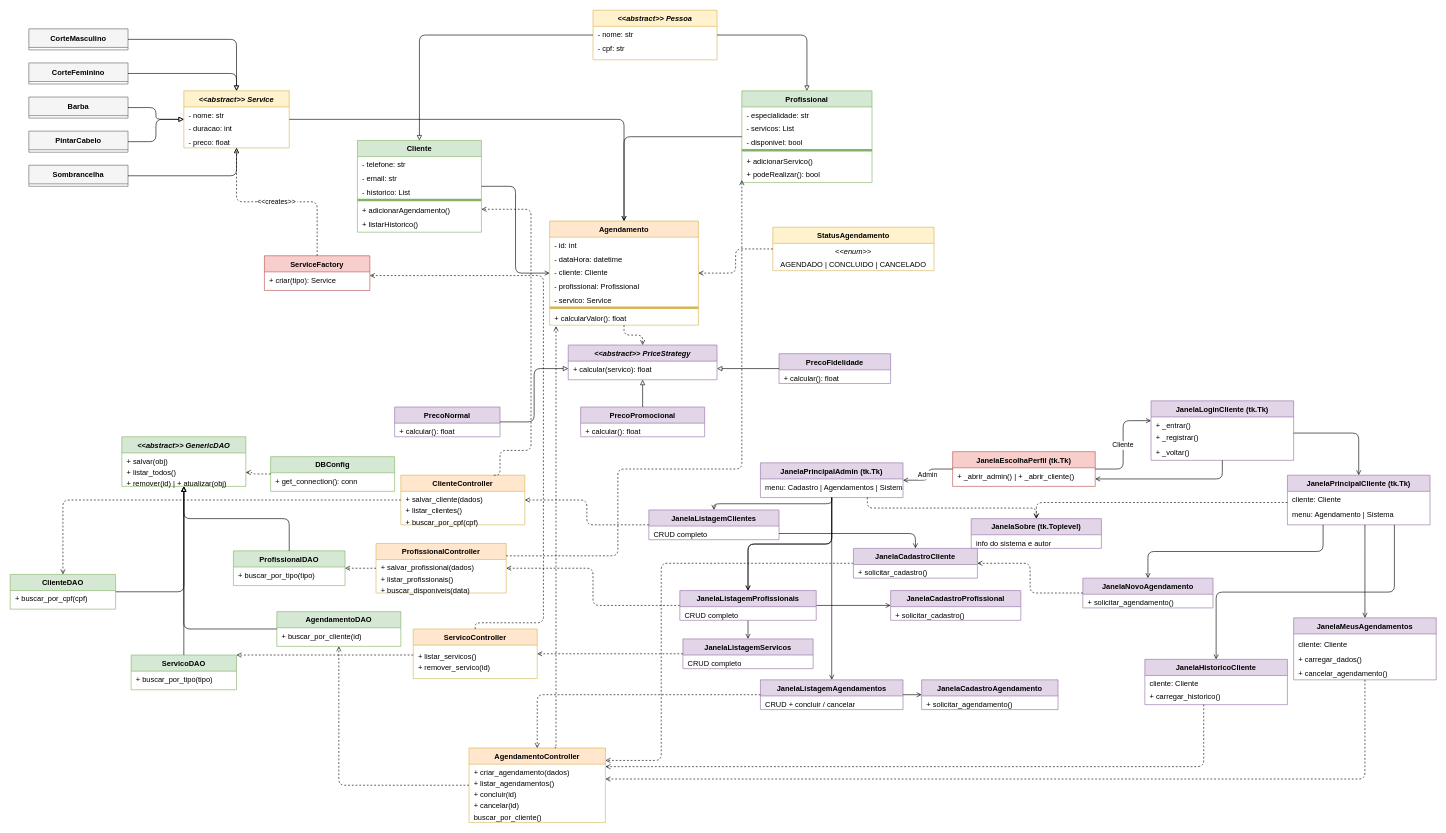
Earlier version of the draw.io diagram docs/ArquivoDrawio.drawio (FredPTaufer/ProjetoFinal_LPOO_Frederico). Source tidied: cells renumbered, new cells numbered last; positions are measured from the earlier drawing's top-left corner, leaving out a move shared by most shapes. Both pictures are drawn from the tidied source at 62%, with x=0, y=0 at pixel (10, 10).
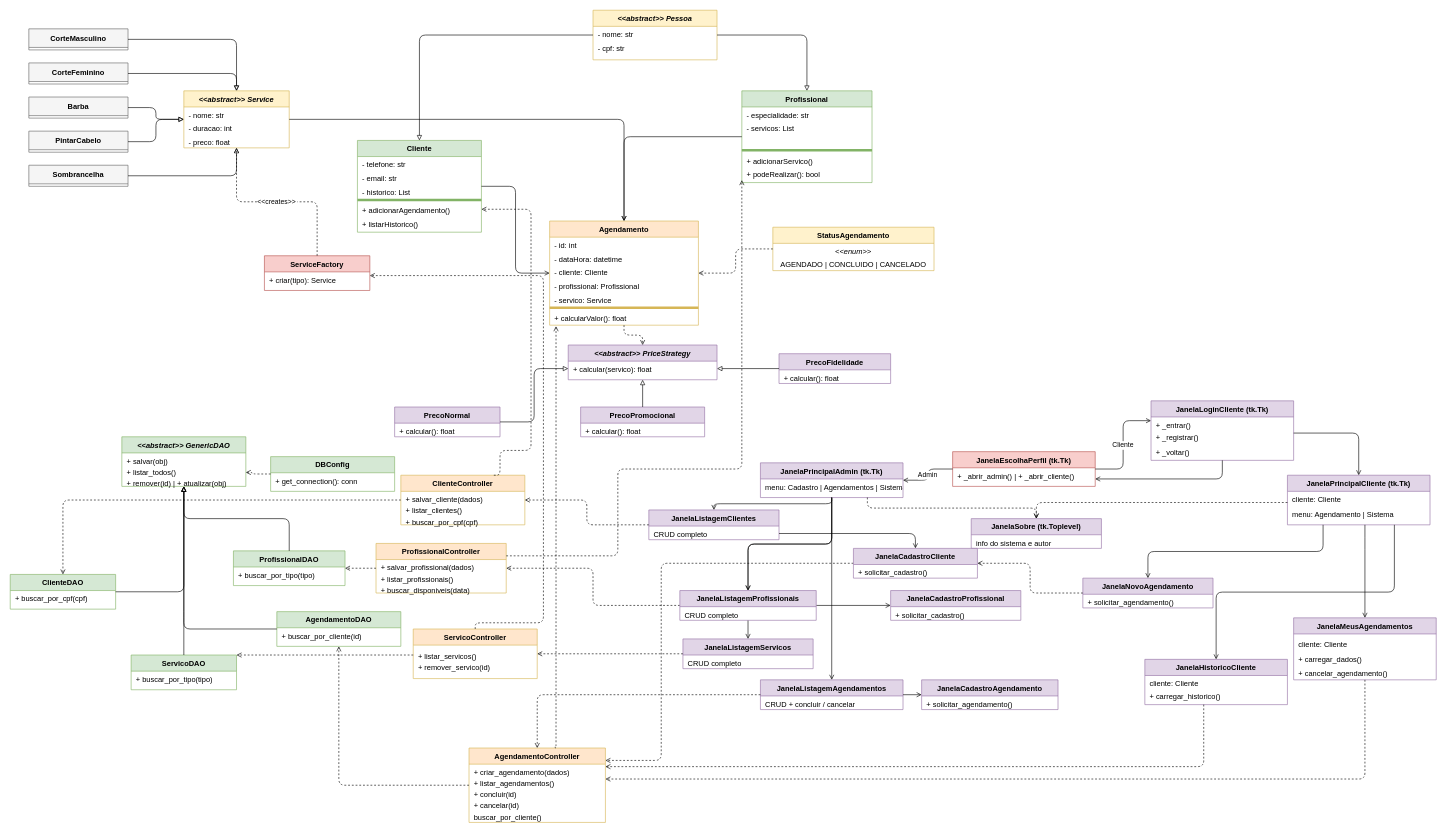
The same diagram, later.

Unchanged cells that the change refers to:
```xml
<mxCell id="12" value="Profissional" style="swimlane;fontStyle=1;align=center;startSize=26;fillColor=#d5e8d4;strokeColor=#82b366;" parent="1" vertex="1">
  <mxGeometry x="1180" y="130" width="210" height="148" as="geometry" />
</mxCell>
```

Change to the diagram source:
```diff
@@
-    <mxCell id="15" value="- disponivel: bool" style="text;strokeColor=none;fillColor=none;align=left;spacingLeft=6;overflow=hidden;" parent="12" vertex="1">
-      <mxGeometry y="70" width="210" height="22" as="geometry" />
-    </mxCell>
```
